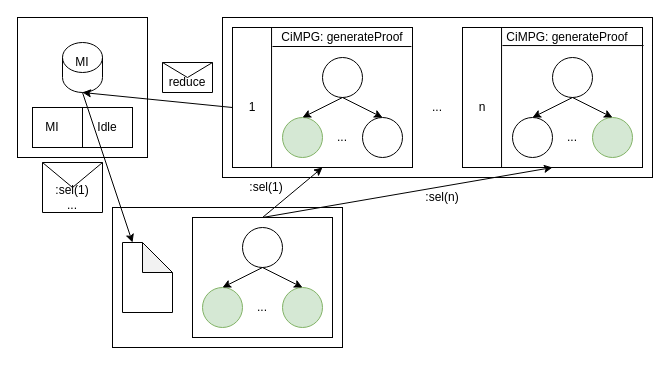
The draw.io diagram diagrams/distribuition.drawio in ariesco/CafeInMaude, before the edit. Source tidied: cells renumbered, new cells numbered last; positions are measured from the earlier drawing's top-left corner, leaving out a move shared by most shapes. Both pictures are drawn from the tidied source at 100%, with x=0, y=0 at pixel (17, 17).
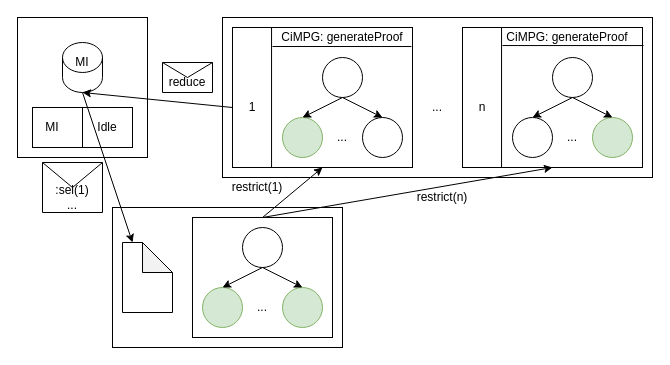
The same page after the edit.

The edit, as a diff of the source:
```diff
@@
-    <mxCell id="47" value=":sel(1)" style="text;html=1;strokeColor=none;fillColor=none;align=center;verticalAlign=middle;whiteSpace=wrap;rounded=0;glass=0;" parent="1" vertex="1">
-      <mxGeometry x="229" y="160" width="40" height="20" as="geometry" />
+    <mxCell id="47" value="restrict(1)" style="text;html=1;strokeColor=none;fillColor=none;align=center;verticalAlign=middle;whiteSpace=wrap;rounded=0;glass=0;" parent="1" vertex="1">
+      <mxGeometry x="220" y="160" width="40" height="20" as="geometry" />
     </mxCell>
-    <mxCell id="48" value=":sel(n)" style="text;html=1;strokeColor=none;fillColor=none;align=center;verticalAlign=middle;whiteSpace=wrap;rounded=0;glass=0;" parent="1" vertex="1">
+    <mxCell id="48" value="restrict(n)" style="text;html=1;strokeColor=none;fillColor=none;align=center;verticalAlign=middle;whiteSpace=wrap;rounded=0;glass=0;" parent="1" vertex="1">
       <mxGeometry x="405" y="170" width="40" height="20" as="geometry" />
     </mxCell>
```
